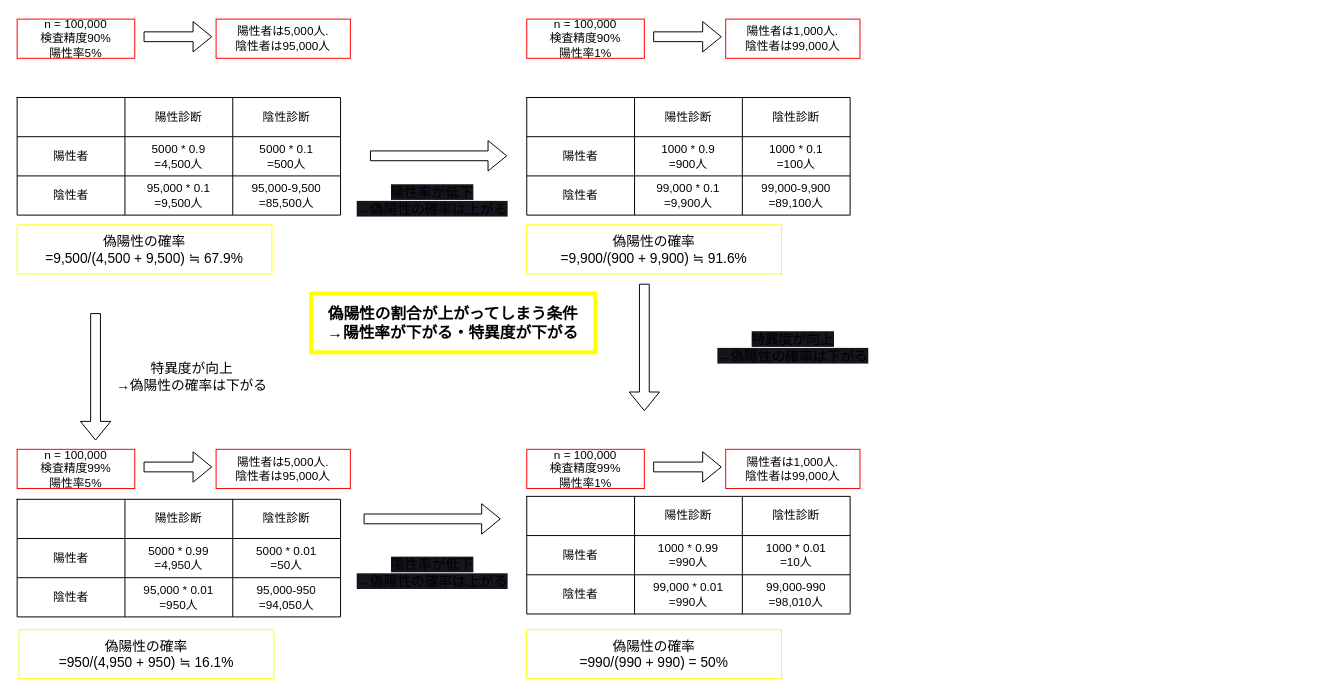
This is page "条件付き確率" (3 of 3) of graph.dio from I-Kouta/Python2, a draw.io file, before an edit. Source tidied: cells renumbered, new cells numbered last; positions are measured from the earlier drawing's top-left corner, leaving out a move shared by most shapes. Both pictures are drawn from the tidied source at 98%, with x=0, y=0 at pixel (17, 19).
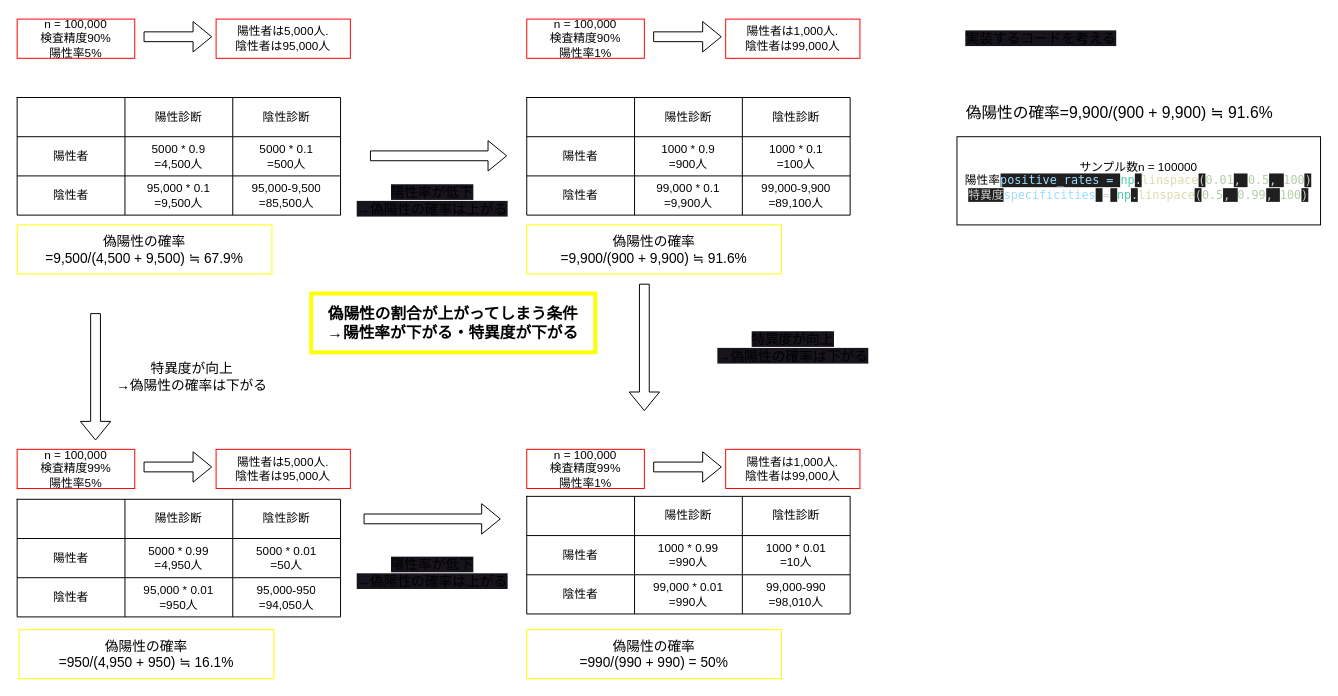
After the change.

Diff of the diagram source:
```diff
@@
+    <mxCell id="79" value="&lt;span style=&quot;font-size: 14px; background-color: rgb(24, 20, 29);&quot;&gt;実装するコードを考える&lt;/span&gt;" style="text;html=1;strokeColor=#FFFFFF;fillColor=none;align=center;verticalAlign=middle;whiteSpace=wrap;rounded=0;strokeWidth=4;" parent="1" vertex="1">
+      <mxGeometry x="960" width="170" height="40" as="geometry" />
+    </mxCell>
+    <mxCell id="80" value="&lt;font style=&quot;font-size: 16px;&quot;&gt;偽陽性の確率=9,900/(900 + 9,900) ≒ 91.6%&lt;/font&gt;" style="text;html=1;strokeColor=none;fillColor=none;align=center;verticalAlign=middle;whiteSpace=wrap;rounded=0;" parent="1" vertex="1">
+      <mxGeometry x="960" y="70" width="330" height="50" as="geometry" />
+    </mxCell>
+    <mxCell id="81" value="&lt;font style=&quot;font-size: 12px;&quot;&gt;サンプル数n = 100000&lt;br&gt;陽性率&lt;span style=&quot;color: rgb(156, 220, 254); background-color: rgb(31, 31, 31); font-family: Menlo, Monaco, &amp;quot;Courier New&amp;quot;, monospace;&quot;&gt;positive_rates =&amp;nbsp;&lt;/span&gt;&lt;span style=&quot;font-family: Menlo, Monaco, &amp;quot;Courier New&amp;quot;, monospace; color: rgb(78, 201, 176);&quot;&gt;np&lt;/span&gt;&lt;span style=&quot;background-color: rgb(31, 31, 31); color: rgb(204, 204, 204); font-family: Menlo, Monaco, &amp;quot;Courier New&amp;quot;, monospace;&quot;&gt;.&lt;/span&gt;&lt;span style=&quot;font-family: Menlo, Monaco, &amp;quot;Courier New&amp;quot;, monospace; color: rgb(220, 220, 170);&quot;&gt;linspace&lt;/span&gt;&lt;span style=&quot;background-color: rgb(31, 31, 31); color: rgb(204, 204, 204); font-family: Menlo, Monaco, &amp;quot;Courier New&amp;quot;, monospace;&quot;&gt;(&lt;/span&gt;&lt;span style=&quot;font-family: Menlo, Monaco, &amp;quot;Courier New&amp;quot;, monospace; color: rgb(181, 206, 168);&quot;&gt;0.01&lt;/span&gt;&lt;span style=&quot;background-color: rgb(31, 31, 31); color: rgb(204, 204, 204); font-family: Menlo, Monaco, &amp;quot;Courier New&amp;quot;, monospace;&quot;&gt;, &lt;/span&gt;&lt;span style=&quot;font-family: Menlo, Monaco, &amp;quot;Courier New&amp;quot;, monospace; color: rgb(181, 206, 168);&quot;&gt;0.5&lt;/span&gt;&lt;span style=&quot;background-color: rgb(31, 31, 31); color: rgb(204, 204, 204); font-family: Menlo, Monaco, &amp;quot;Courier New&amp;quot;, monospace;&quot;&gt;, &lt;/span&gt;&lt;span style=&quot;font-family: Menlo, Monaco, &amp;quot;Courier New&amp;quot;, monospace; color: rgb(181, 206, 168);&quot;&gt;100&lt;/span&gt;&lt;span style=&quot;background-color: rgb(31, 31, 31); color: rgb(204, 204, 204); font-family: Menlo, Monaco, &amp;quot;Courier New&amp;quot;, monospace;&quot;&gt;)&lt;br&gt;特異度&lt;/span&gt;&lt;span style=&quot;font-family: Menlo, Monaco, &amp;quot;Courier New&amp;quot;, monospace; color: rgb(156, 220, 254);&quot;&gt;specificities&lt;/span&gt;&lt;span style=&quot;background-color: rgb(31, 31, 31); color: rgb(204, 204, 204); font-family: Menlo, Monaco, &amp;quot;Courier New&amp;quot;, monospace;&quot;&gt; &lt;/span&gt;&lt;span style=&quot;font-family: Menlo, Monaco, &amp;quot;Courier New&amp;quot;, monospace; color: rgb(212, 212, 212);&quot;&gt;=&lt;/span&gt;&lt;span style=&quot;background-color: rgb(31, 31, 31); color: rgb(204, 204, 204); font-family: Menlo, Monaco, &amp;quot;Courier New&amp;quot;, monospace;&quot;&gt; &lt;/span&gt;&lt;span style=&quot;font-family: Menlo, Monaco, &amp;quot;Courier New&amp;quot;, monospace; color: rgb(78, 201, 176);&quot;&gt;np&lt;/span&gt;&lt;span style=&quot;background-color: rgb(31, 31, 31); color: rgb(204, 204, 204); font-family: Menlo, Monaco, &amp;quot;Courier New&amp;quot;, monospace;&quot;&gt;.&lt;/span&gt;&lt;span style=&quot;font-family: Menlo, Monaco, &amp;quot;Courier New&amp;quot;, monospace; color: rgb(220, 220, 170);&quot;&gt;linspace&lt;/span&gt;&lt;span style=&quot;background-color: rgb(31, 31, 31); color: rgb(204, 204, 204); font-family: Menlo, Monaco, &amp;quot;Courier New&amp;quot;, monospace;&quot;&gt;(&lt;/span&gt;&lt;span style=&quot;font-family: Menlo, Monaco, &amp;quot;Courier New&amp;quot;, monospace; color: rgb(181, 206, 168);&quot;&gt;0.5&lt;/span&gt;&lt;span style=&quot;background-color: rgb(31, 31, 31); color: rgb(204, 204, 204); font-family: Menlo, Monaco, &amp;quot;Courier New&amp;quot;, monospace;&quot;&gt;, &lt;/span&gt;&lt;span style=&quot;font-family: Menlo, Monaco, &amp;quot;Courier New&amp;quot;, monospace; color: rgb(181, 206, 168);&quot;&gt;0.99&lt;/span&gt;&lt;span style=&quot;background-color: rgb(31, 31, 31); color: rgb(204, 204, 204); font-family: Menlo, Monaco, &amp;quot;Courier New&amp;quot;, monospace;&quot;&gt;, &lt;/span&gt;&lt;span style=&quot;font-family: Menlo, Monaco, &amp;quot;Courier New&amp;quot;, monospace; color: rgb(181, 206, 168);&quot;&gt;100&lt;/span&gt;&lt;span style=&quot;background-color: rgb(31, 31, 31); color: rgb(204, 204, 204); font-family: Menlo, Monaco, &amp;quot;Courier New&amp;quot;, monospace;&quot;&gt;)&lt;/span&gt;&lt;/font&gt;" style="text;html=1;strokeColor=default;fillColor=none;align=center;verticalAlign=middle;whiteSpace=wrap;rounded=0;" parent="1" vertex="1">
+      <mxGeometry x="959" y="120" width="371" height="90" as="geometry" />
+    </mxCell>
```
